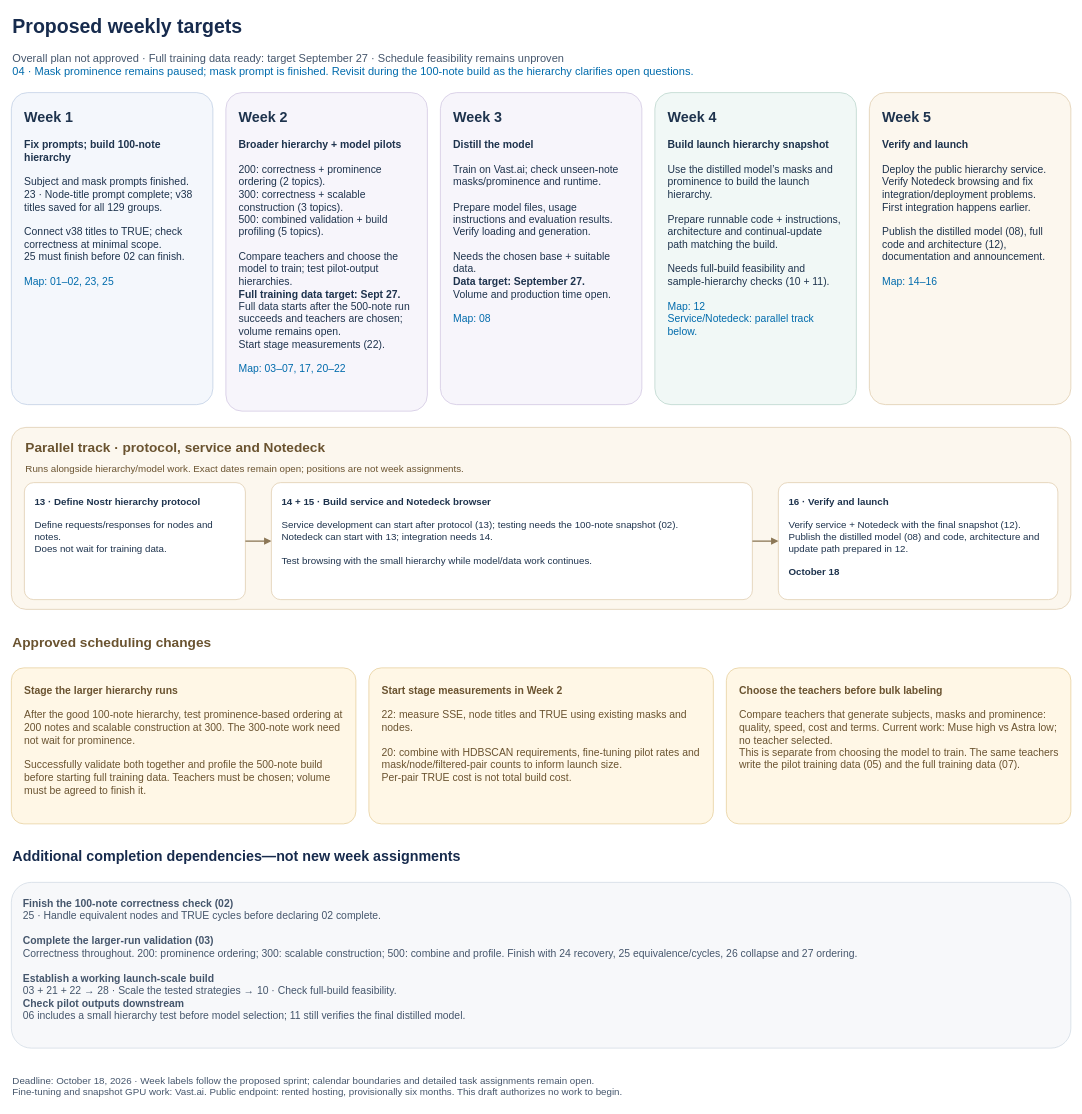
Earlier version of the draw.io diagram page "2 — Proposed weekly targets" (2 of 2) of docs/planning/october-18-release.drawio (kernelkind/oracle-research). Source tidied: cells renumbered, new cells numbered last; positions are measured from the earlier drawing's top-left corner, leaving out a move shared by most shapes. Both pictures are drawn from the tidied source at 65%, with x=0, y=0 at pixel (11, 11).
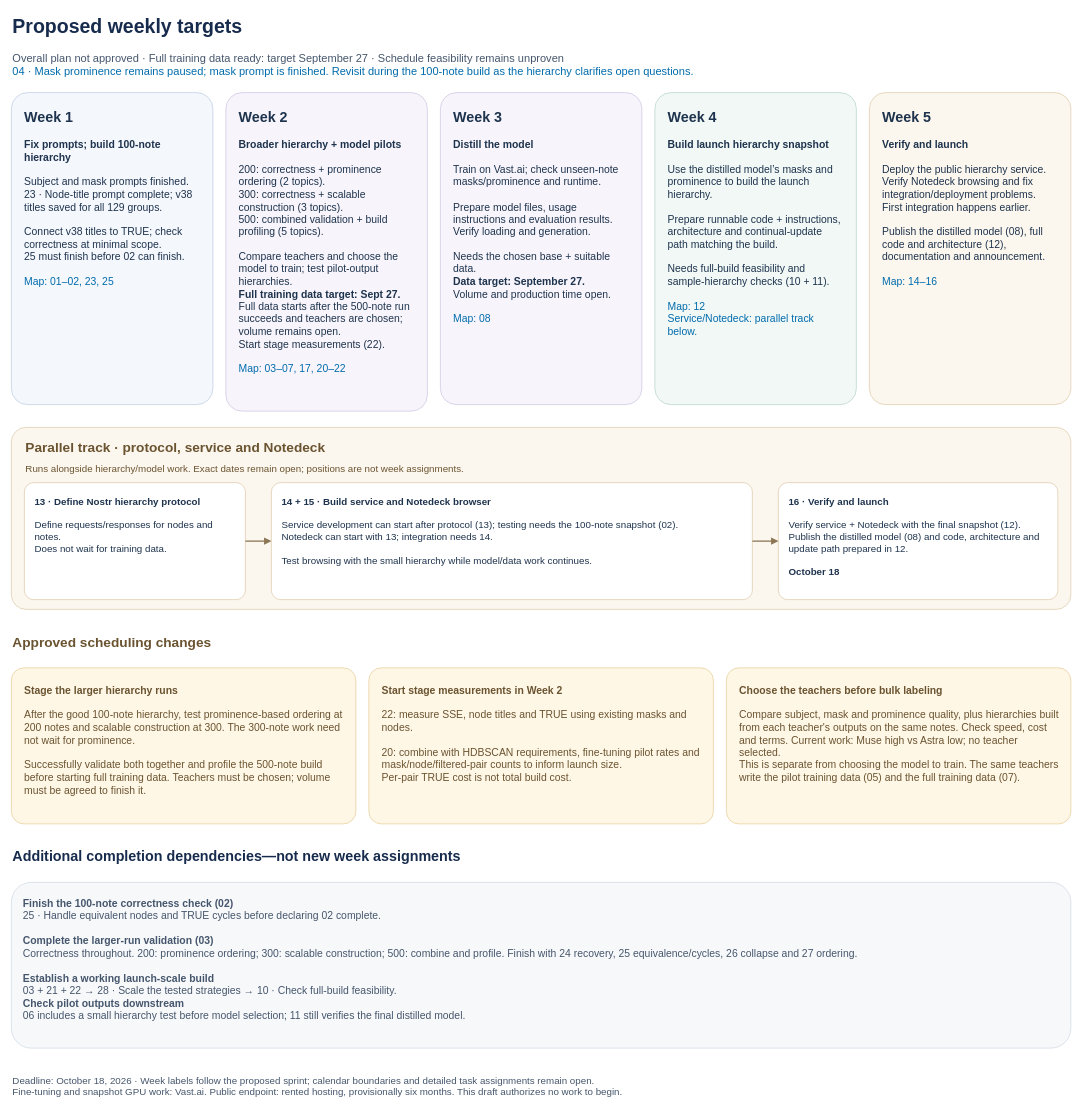
Above is the later version.

Commit message (it also covers changes not shown here):
docs: require hierarchy A/B before teacher selection

What changed in the source:
```diff
@@
-    <mxCell id="20" value="&lt;b&gt;Choose the teachers before bulk labeling&lt;/b&gt;&lt;br&gt;&lt;br&gt;Compare teachers that generate subjects, masks and prominence: quality, speed, cost and terms. Current work: Muse high vs Astra low; no teacher selected.&lt;br&gt;This is separate from choosing the model to train. The same teachers write the pilot training data (05) and the full training data (07)." style="rounded=1;arcSize=8;whiteSpace=wrap;html=1;fillColor=light-dark(#fff7e6, #332d24);strokeColor=light-dark(#e2c88f, #7c8da1);align=left;verticalAlign=top;spacing=20;fontSize=16;fontColor=light-dark(#6a5330, #e6edf3);" parent="1" vertex="1">
+    <mxCell id="20" value="&lt;b&gt;Choose the teachers before bulk labeling&lt;/b&gt;&lt;br&gt;&lt;br&gt;Compare subject, mask and prominence quality, plus hierarchies built from each teacher's outputs on the same notes. Check speed, cost and terms. Current work: Muse high vs Astra low; no teacher selected.&lt;br&gt;This is separate from choosing the model to train. The same teachers write the pilot training data (05) and the full training data (07)." style="rounded=1;arcSize=8;whiteSpace=wrap;html=1;fillColor=light-dark(#fff7e6, #332d24);strokeColor=light-dark(#e2c88f, #7c8da1);align=left;verticalAlign=top;spacing=20;fontSize=16;fontColor=light-dark(#6a5330, #e6edf3);" parent="1" vertex="1">
       <mxGeometry x="1100" y="1010" width="530" height="240" as="geometry" />
     </mxCell>
```
